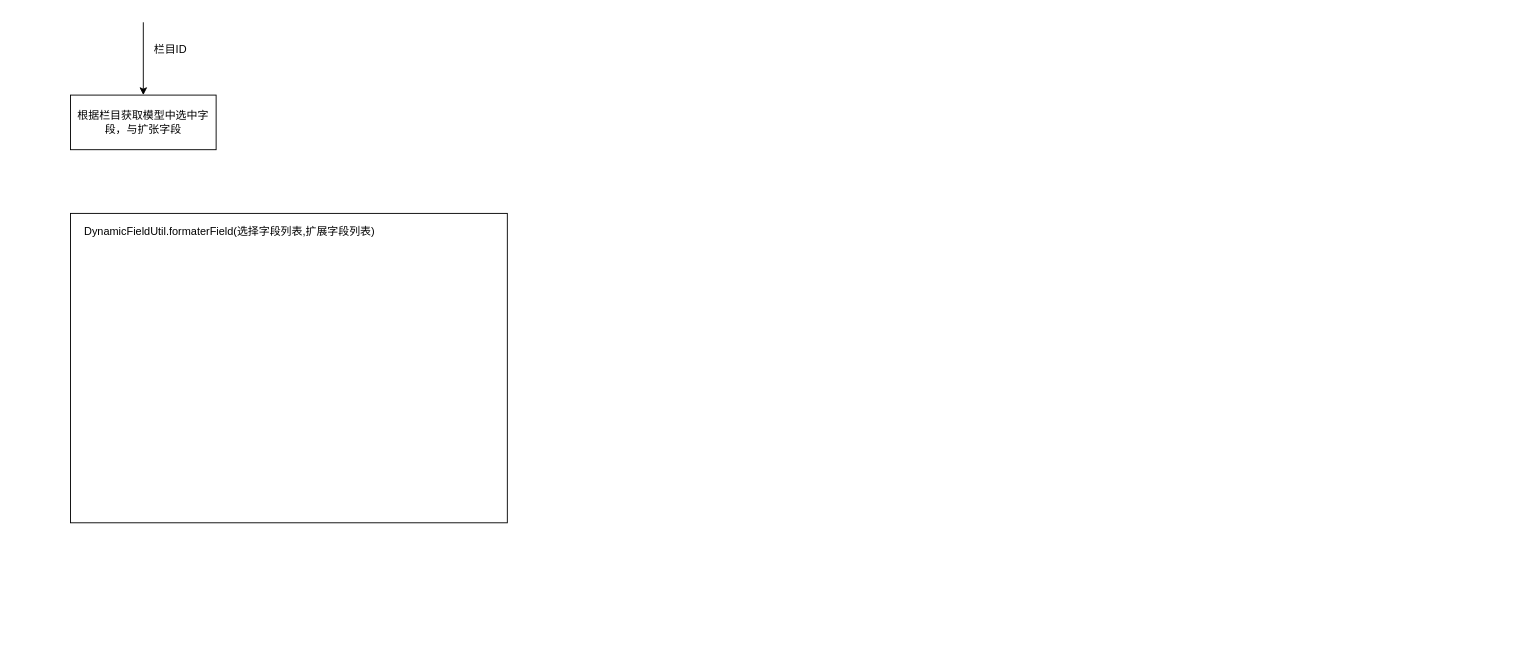
Earlier version of the draw.io diagram ThinkltCMS核心内容.drawio (loverfang/mydiagrams). Source tidied: cells renumbered, new cells numbered last; positions are measured from the earlier drawing's top-left corner, leaving out a move shared by most shapes. Both pictures are drawn from the tidied source at 91%, with x=0, y=0 at pixel (70, 22).
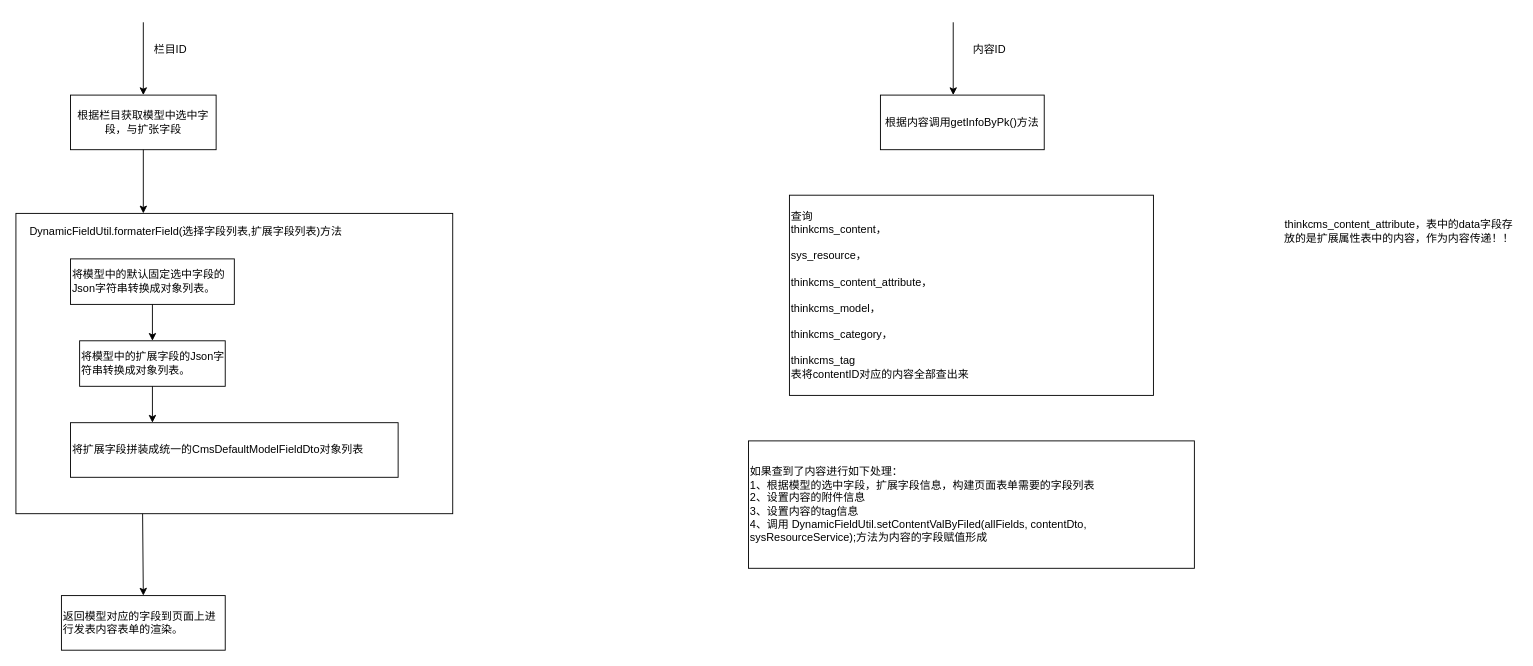
Above is the later version.

Unchanged cells that the change refers to:
```xml
<mxCell id="2" value="根据栏目获取模型中选中字段，与扩张字段&lt;br&gt;" style="rounded=0;whiteSpace=wrap;html=1;" parent="1" vertex="1">
  <mxGeometry y="80" width="160" height="60" as="geometry" />
</mxCell>
```

Diff of the diagram source:
```diff
@@
     <mxCell id="5" style="rounded=0;whiteSpace=wrap;html=1;" parent="1" vertex="1">
-      <mxGeometry y="210" width="480" height="340" as="geometry" />
+      <mxGeometry x="-60" y="210" width="480" height="330" as="geometry" />
     </mxCell>
-    <mxCell id="6" value="&amp;nbsp;DynamicFieldUtil.formaterField(选择字段列表,扩展字段列表)" style="text;html=1;strokeColor=none;fillColor=none;align=left;verticalAlign=middle;whiteSpace=wrap;rounded=0;" parent="1" vertex="1">
-      <mxGeometry x="10" y="220" width="380" height="20" as="geometry" />
+    <mxCell id="6" value="&amp;nbsp;DynamicFieldUtil.formaterField(选择字段列表,扩展字段列表)方法" style="text;html=1;strokeColor=none;fillColor=none;align=left;verticalAlign=middle;whiteSpace=wrap;rounded=0;" parent="1" vertex="1">
+      <mxGeometry x="-50" y="220" width="380" height="20" as="geometry" />
     </mxCell>
+    <mxCell id="7" style="endArrow=classic;html=1;exitX=0.5;exitY=1;exitDx=0;exitDy=0;" parent="1" edge="1" source="2">
+      <mxGeometry relative="1" as="geometry">
+        <mxPoint x="80" y="210" as="targetPoint" />
+      </mxGeometry>
+    </mxCell>
+    <mxCell id="8" value="将模型中的默认固定选中字段的Json字符串转换成对象列表。" style="rounded=0;whiteSpace=wrap;html=1;align=left;" parent="1" vertex="1">
+      <mxGeometry y="260" width="180" height="50" as="geometry" />
+    </mxCell>
+    <mxCell id="9" value="将模型中的扩展字段的Json字符串转换成对象列表。" style="rounded=0;whiteSpace=wrap;html=1;align=left;" parent="1" vertex="1">
+      <mxGeometry x="10" y="350" width="160" height="50" as="geometry" />
+    </mxCell>
+    <mxCell id="10" value="将扩展字段拼装成统一的CmsDefaultModelFieldDto对象列表" style="rounded=0;whiteSpace=wrap;html=1;align=left;" parent="1" vertex="1">
+      <mxGeometry y="440" width="360" height="60" as="geometry" />
+    </mxCell>
+    <mxCell id="11" value="返回模型对应的字段到页面上进行发表内容表单的渲染。" style="rounded=0;whiteSpace=wrap;html=1;align=left;" parent="1" vertex="1">
+      <mxGeometry x="-10" y="630" width="180" height="60" as="geometry" />
+    </mxCell>
+    <mxCell id="12" style="endArrow=classic;html=1;exitX=0.29;exitY=1;exitDx=0;exitDy=0;exitPerimeter=0;entryX=0.5;entryY=0;entryDx=0;entryDy=0;" parent="1" edge="1" source="5" target="11">
+      <mxGeometry relative="1" as="geometry" />
+    </mxCell>
+    <mxCell id="13" style="endArrow=classic;html=1;exitX=0.5;exitY=1;exitDx=0;exitDy=0;entryX=0.5;entryY=0;entryDx=0;entryDy=0;" parent="1" edge="1" source="8" target="9">
+      <mxGeometry relative="1" as="geometry" />
+    </mxCell>
+    <mxCell id="14" style="endArrow=classic;html=1;exitX=0.5;exitY=1;exitDx=0;exitDy=0;entryX=0.25;entryY=0;entryDx=0;entryDy=0;" parent="1" edge="1" source="9" target="10">
+      <mxGeometry relative="1" as="geometry" />
+    </mxCell>
+    <mxCell id="15" value="内容ID" style="text;html=1;strokeColor=none;fillColor=none;align=center;verticalAlign=middle;whiteSpace=wrap;rounded=0;" parent="1" vertex="1">
+      <mxGeometry x="990" y="20" width="40" height="20" as="geometry" />
+    </mxCell>
+    <mxCell id="16" style="endArrow=classic;html=1;" parent="1" edge="1">
+      <mxGeometry relative="1" as="geometry">
+        <mxPoint x="970" as="sourcePoint" />
+        <mxPoint x="970" y="80" as="targetPoint" />
+      </mxGeometry>
+    </mxCell>
+    <mxCell id="17" value="根据内容调用getInfoByPk()方法" style="rounded=0;whiteSpace=wrap;html=1;" parent="1" vertex="1">
+      <mxGeometry x="890" y="80" width="180" height="60" as="geometry" />
+    </mxCell>
+    <mxCell id="18" value="查询&lt;br&gt;&lt;span&gt;thinkcms_content，&lt;/span&gt;&lt;div&gt;&lt;br&gt;&lt;/div&gt;&lt;div&gt;sys_resource，&lt;/div&gt;&lt;div&gt;&lt;br&gt;&lt;/div&gt;&lt;div&gt;thinkcms_content_attribute，&lt;/div&gt;&lt;div&gt;&lt;br&gt;&lt;/div&gt;&lt;div&gt;thinkcms_model，&lt;/div&gt;&lt;div&gt;&lt;br&gt;&lt;/div&gt;&lt;div&gt;thinkcms_category，&lt;/div&gt;&lt;div&gt;&lt;br&gt;&lt;/div&gt;&lt;div&gt;thinkcms_tag&lt;/div&gt;&lt;div&gt;表将contentID对应的内容全部查出来&lt;/div&gt;" style="rounded=0;whiteSpace=wrap;html=1;align=left;" parent="1" vertex="1">
+      <mxGeometry x="790" y="190" width="400" height="220" as="geometry" />
+    </mxCell>
+    <mxCell id="19" value="如果查到了内容进行如下处理：&lt;br&gt;1、根据模型的选中字段，扩展字段信息，构建页面表单需要的字段列表&lt;br&gt;2、设置内容的附件信息&lt;br&gt;3、设置内容的tag信息&lt;br&gt;4、调用&amp;nbsp;DynamicFieldUtil.setContentValByFiled(allFields, contentDto, sysResourceService);方法为内容的字段赋值形成" style="rounded=0;whiteSpace=wrap;html=1;align=left;" parent="1" vertex="1">
+      <mxGeometry x="745" y="460" width="490" height="140" as="geometry" />
+    </mxCell>
+    <mxCell id="20" value="&lt;span style=&quot;text-align: left&quot;&gt;thinkcms_content_attribute，表中的data字段存放的是扩展属性表中的内容，作为内容传递！！&lt;/span&gt;" style="text;html=1;strokeColor=none;fillColor=none;align=center;verticalAlign=middle;whiteSpace=wrap;rounded=0;" parent="1" vertex="1">
+      <mxGeometry x="1330" y="190" width="260" height="80" as="geometry" />
+    </mxCell>
```
